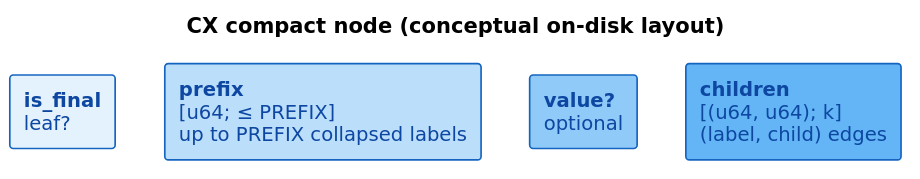
Earlier version of the PlantUML export docs/diagrams/cx-compact-node.svg (vinary-tree/libdictenstein). Its source is kept beside it as docs/diagrams/src/cx-compact-node.puml.
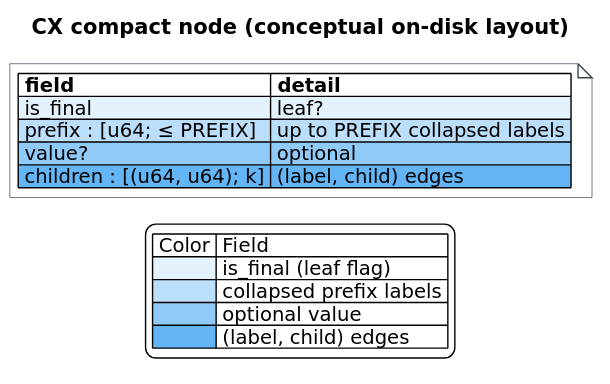
After the change.

The edit, as a diff of the source:
```diff
@@ -3,22 +3,28 @@
 skinparam shadowing false
 skinparam backgroundColor #FFFFFF
 skinparam defaultFontName "DejaVu Sans"
-skinparam ArrowColor #37474F
-skinparam rectangle {
-  BorderColor #1565C0
-  FontColor #0D47A1
-  BorderThickness 1.2
+skinparam TitleFontSize 15
+skinparam noteFontSize 14
+skinparam note {
+  BackgroundColor #FFFFFF
+  BorderColor #37474F
 }
-skinparam TitleFontSize 15
 
 title CX compact node (conceptual on-disk layout)
 
-rectangle "**is_final**\nleaf?" as F #E3F2FD
-rectangle "**prefix**\n[u64; ≤ PREFIX]\nup to PREFIX collapsed labels" as P #BBDEFB
-rectangle "**value?**\noptional" as V #90CAF9
-rectangle "**children**\n[(u64, u64); k]\n(label, child) edges" as C #64B5F6
+note as CX
+|= field |= detail |
+|<#E3F2FD> is_final |<#E3F2FD> leaf? |
+|<#BBDEFB> prefix : [u64; ≤ PREFIX] |<#BBDEFB> up to PREFIX collapsed labels |
+|<#90CAF9> value? |<#90CAF9> optional |
+|<#64B5F6> children : [(u64, u64); k] |<#64B5F6> (label, child) edges |
+end note
 
-F -[hidden]right- P
-P -[hidden]right- V
-V -[hidden]right- C
+legend bottom
+| Color | Field |
+|<#E3F2FD>| is_final (leaf flag) |
+|<#BBDEFB>| collapsed prefix labels |
+|<#90CAF9>| optional value |
+|<#64B5F6>| (label, child) edges |
+endlegend
 @enduml
```
